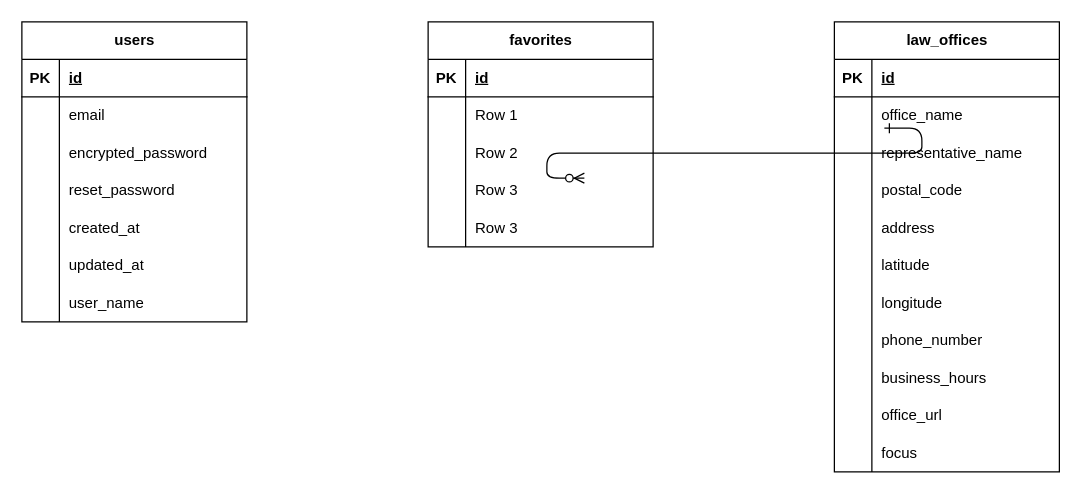
kawakami1995/law_office_search keeps this draw.io diagram as law_office_search_ER.drawio. Above is the earlier version. Source tidied: cells renumbered, new cells numbered last; positions are measured from the earlier drawing's top-left corner, leaving out a move shared by most shapes. Both pictures are drawn from the tidied source at 125%, with x=0, y=0 at pixel (21, 21).
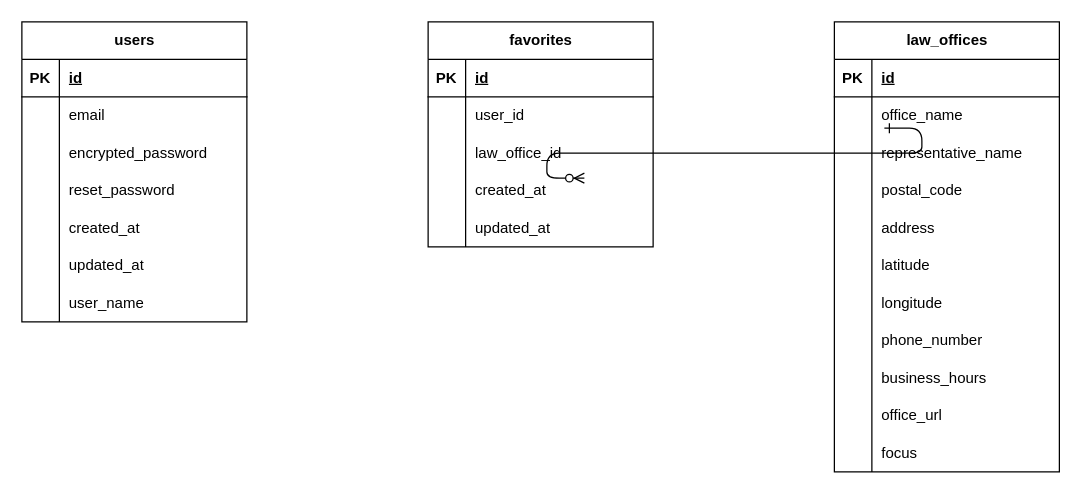
The same page after the edit.

Commit message:
law_office_search_ER.drawio を更新します

Unchanged cells that the change refers to:
```xml
<mxCell id="63" style="shape=tableRow;horizontal=0;startSize=0;swimlaneHead=0;swimlaneBody=0;fillColor=none;top=0;left=0;right=0;bottom=0;" parent="59" vertex="1">
  <mxGeometry y="60" width="180" height="30" as="geometry" />
</mxCell>
<mxCell id="66" style="shape=tableRow;horizontal=0;startSize=0;swimlaneHead=0;swimlaneBody=0;fillColor=none;top=0;left=0;right=0;bottom=0;" parent="59" vertex="1">
  <mxGeometry y="90" width="180" height="30" as="geometry" />
</mxCell>
<mxCell id="69" style="shape=tableRow;horizontal=0;startSize=0;swimlaneHead=0;swimlaneBody=0;fillColor=none;top=0;left=0;right=0;bottom=0;" parent="59" vertex="1">
  <mxGeometry y="120" width="180" height="30" as="geometry" />
</mxCell>
<mxCell id="72" style="shape=tableRow;horizontal=0;startSize=0;swimlaneHead=0;swimlaneBody=0;fillColor=none;top=0;left=0;right=0;bottom=0;" parent="59" vertex="1">
  <mxGeometry y="150" width="180" height="30" as="geometry" />
</mxCell>
```

Change to the diagram source:
```diff
@@
-    <mxCell id="65" value="Row 1" style="shape=partialRectangle;fillColor=none;top=0;left=0;bottom=0;right=0;align=left;spacingLeft=6;overflow=hidden;whiteSpace=wrap;html=1;" parent="63" vertex="1">
+    <mxCell id="65" value="user_id" style="shape=partialRectangle;fillColor=none;top=0;left=0;bottom=0;right=0;align=left;spacingLeft=6;overflow=hidden;whiteSpace=wrap;html=1;" parent="63" vertex="1">
       <mxGeometry x="30" width="150" height="30" as="geometry" />
     </mxCell>
@@
-    <mxCell id="68" value="Row 2" style="shape=partialRectangle;fillColor=none;top=0;left=0;bottom=0;right=0;align=left;spacingLeft=6;overflow=hidden;whiteSpace=wrap;html=1;" parent="66" vertex="1">
+    <mxCell id="68" value="law_office_id" style="shape=partialRectangle;fillColor=none;top=0;left=0;bottom=0;right=0;align=left;spacingLeft=6;overflow=hidden;whiteSpace=wrap;html=1;" parent="66" vertex="1">
       <mxGeometry x="30" width="150" height="30" as="geometry" />
     </mxCell>
@@
-    <mxCell id="71" value="Row 3" style="shape=partialRectangle;fillColor=none;top=0;left=0;bottom=0;right=0;align=left;spacingLeft=6;overflow=hidden;whiteSpace=wrap;html=1;" parent="69" vertex="1">
+    <mxCell id="71" value="created_at" style="shape=partialRectangle;fillColor=none;top=0;left=0;bottom=0;right=0;align=left;spacingLeft=6;overflow=hidden;whiteSpace=wrap;html=1;" parent="69" vertex="1">
       <mxGeometry x="30" width="150" height="30" as="geometry" />
     </mxCell>
@@
-    <mxCell id="74" value="Row 3" style="shape=partialRectangle;fillColor=none;top=0;left=0;bottom=0;right=0;align=left;spacingLeft=6;overflow=hidden;whiteSpace=wrap;html=1;" parent="72" vertex="1">
+    <mxCell id="74" value="updated_at" style="shape=partialRectangle;fillColor=none;top=0;left=0;bottom=0;right=0;align=left;spacingLeft=6;overflow=hidden;whiteSpace=wrap;html=1;" parent="72" vertex="1">
       <mxGeometry x="30" width="150" height="30" as="geometry" />
     </mxCell>
```
